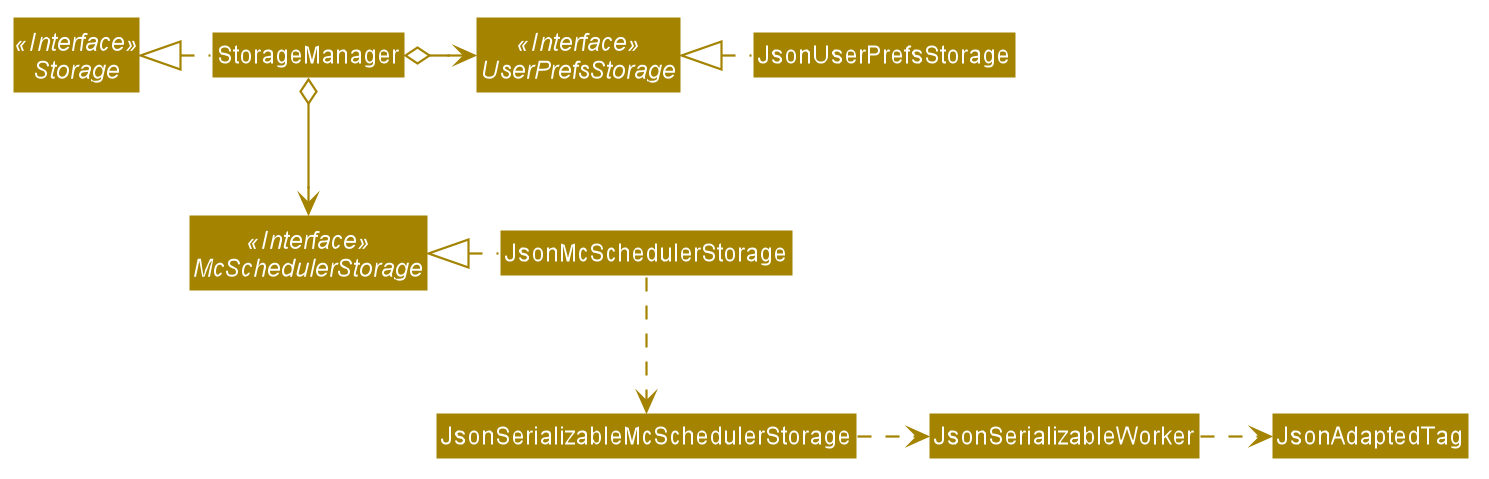
Above: docs/images/StorageClassDiagram.png in wakululuu/tp (PlantUML), before the change.
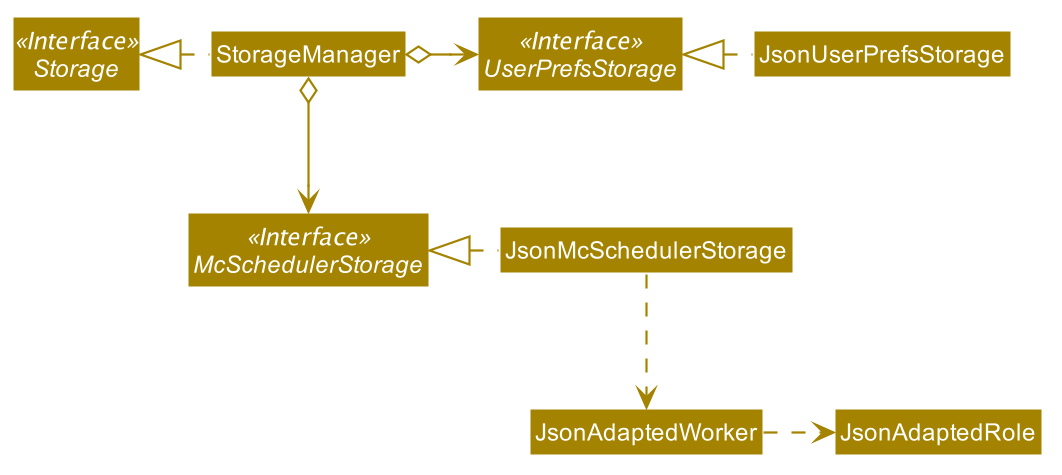
Later version of the same file.

Commit message:
Update pictures for class diagrams

The edit, as a diff of the source:
```diff
@@ -67,7 +67,6 @@
 
 JsonUserPrefsStorage .left.|> UserPrefsStorage
 JsonMcSchedulerStorage .left.|> McSchedulerStorage
-JsonMcSchedulerStorage .down.> JsonSerializableMcSchedulerStorage
-JsonSerializableMcSchedulerStorage .right.> JsonSerializableWorker
-JsonSerializableWorker .right.> JsonAdaptedTag
+JsonMcSchedulerStorage .down.> JsonAdaptedWorker
+JsonAdaptedWorker .right.> JsonAdaptedRole
 @enduml
```
